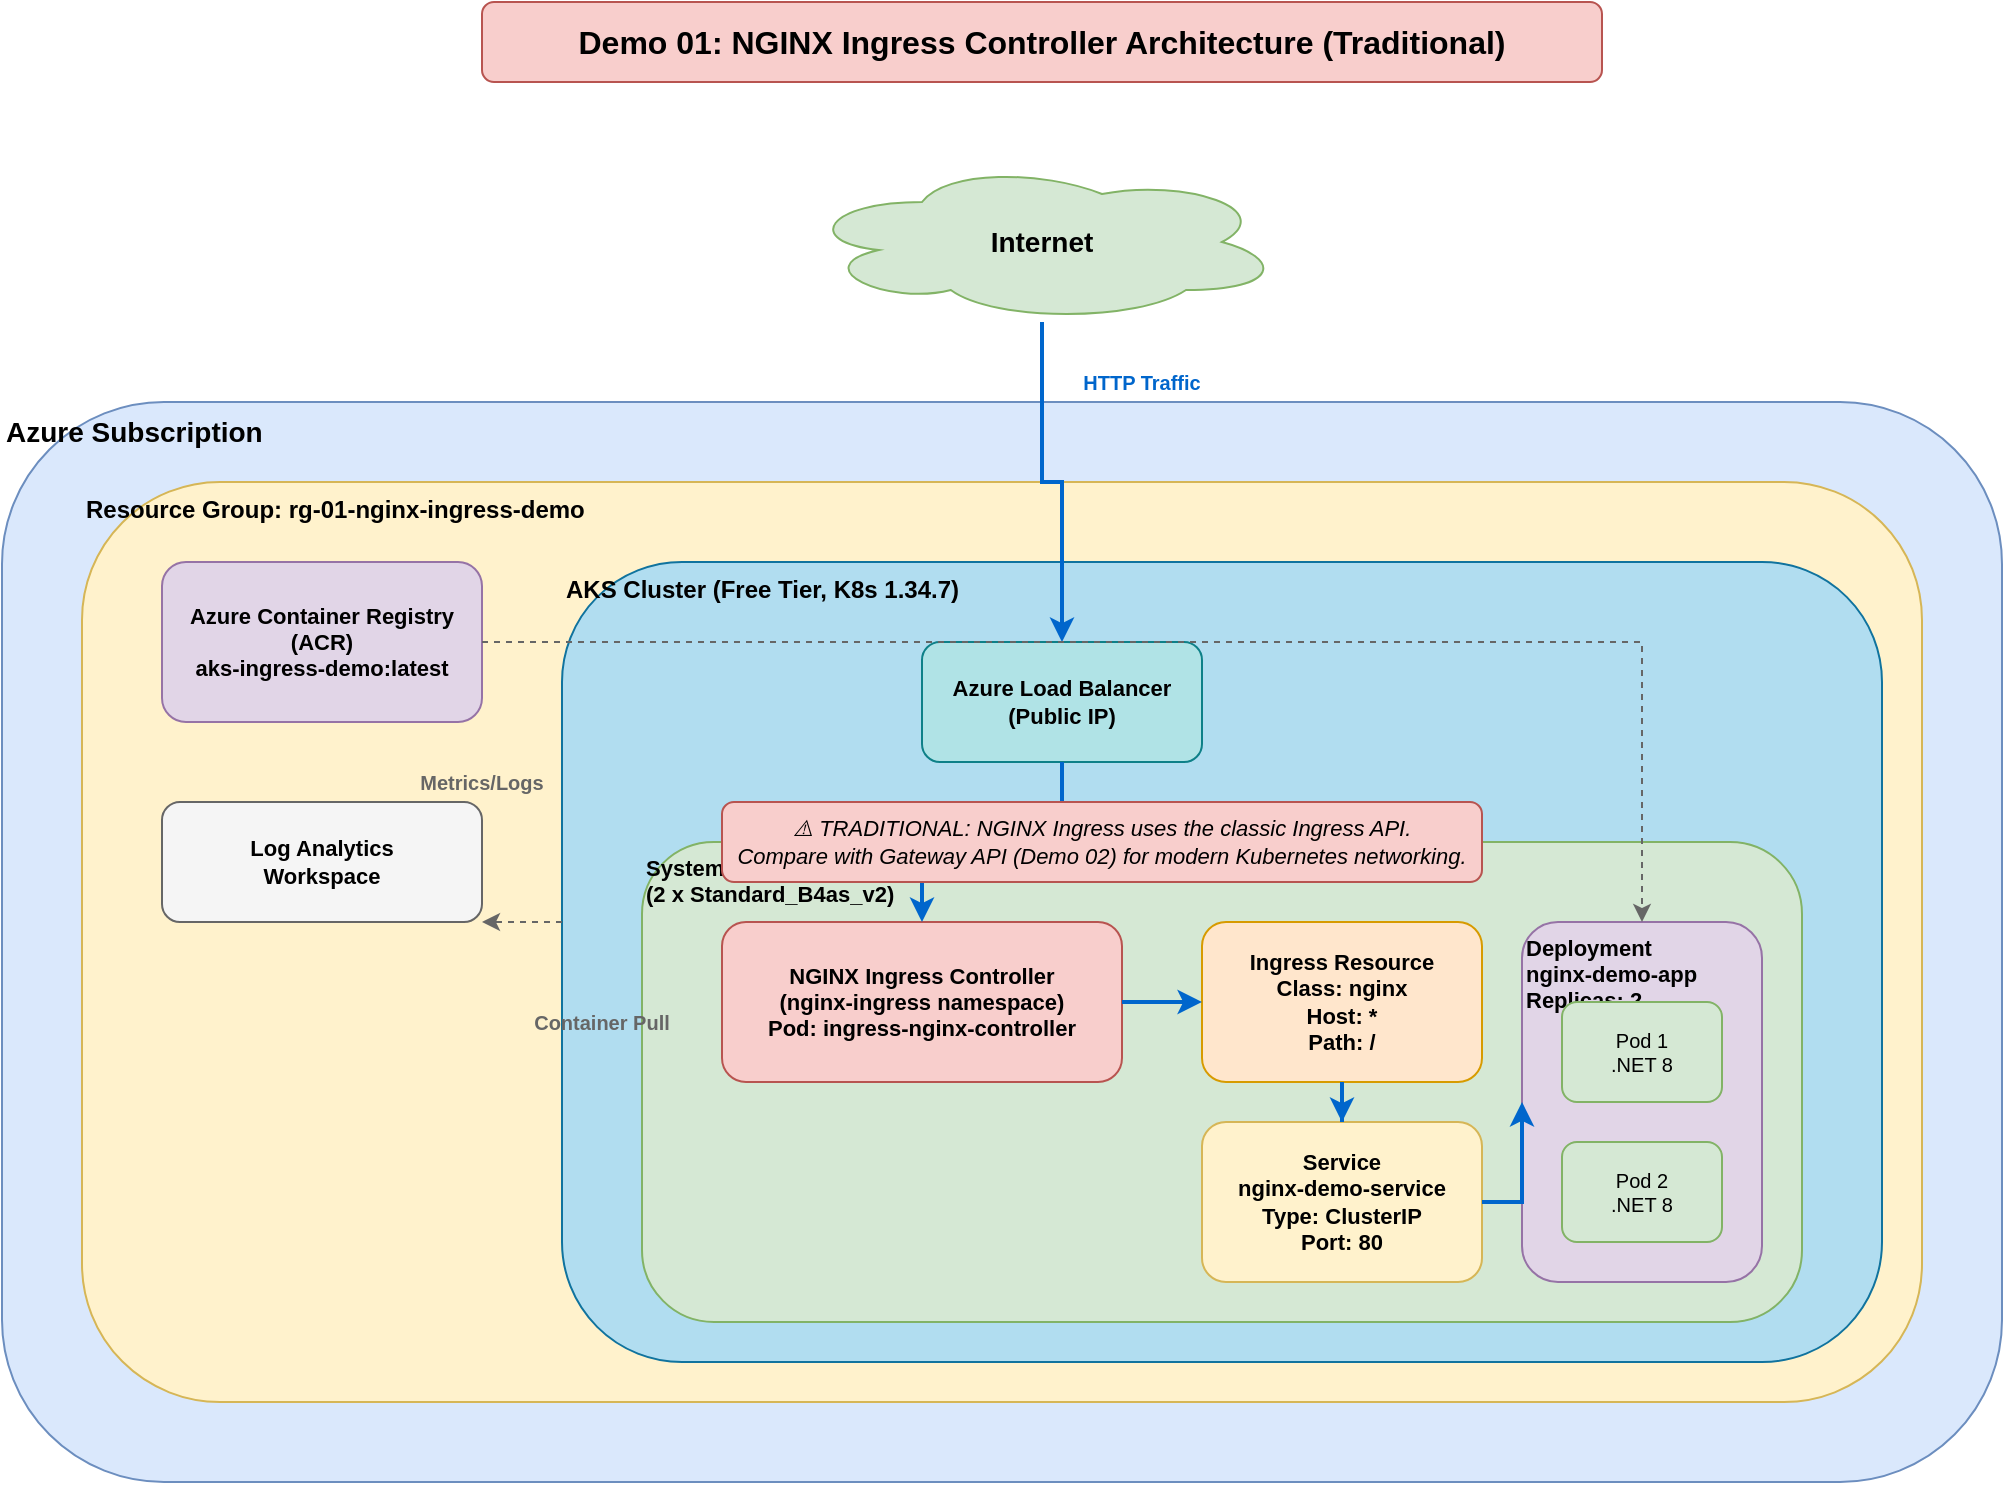
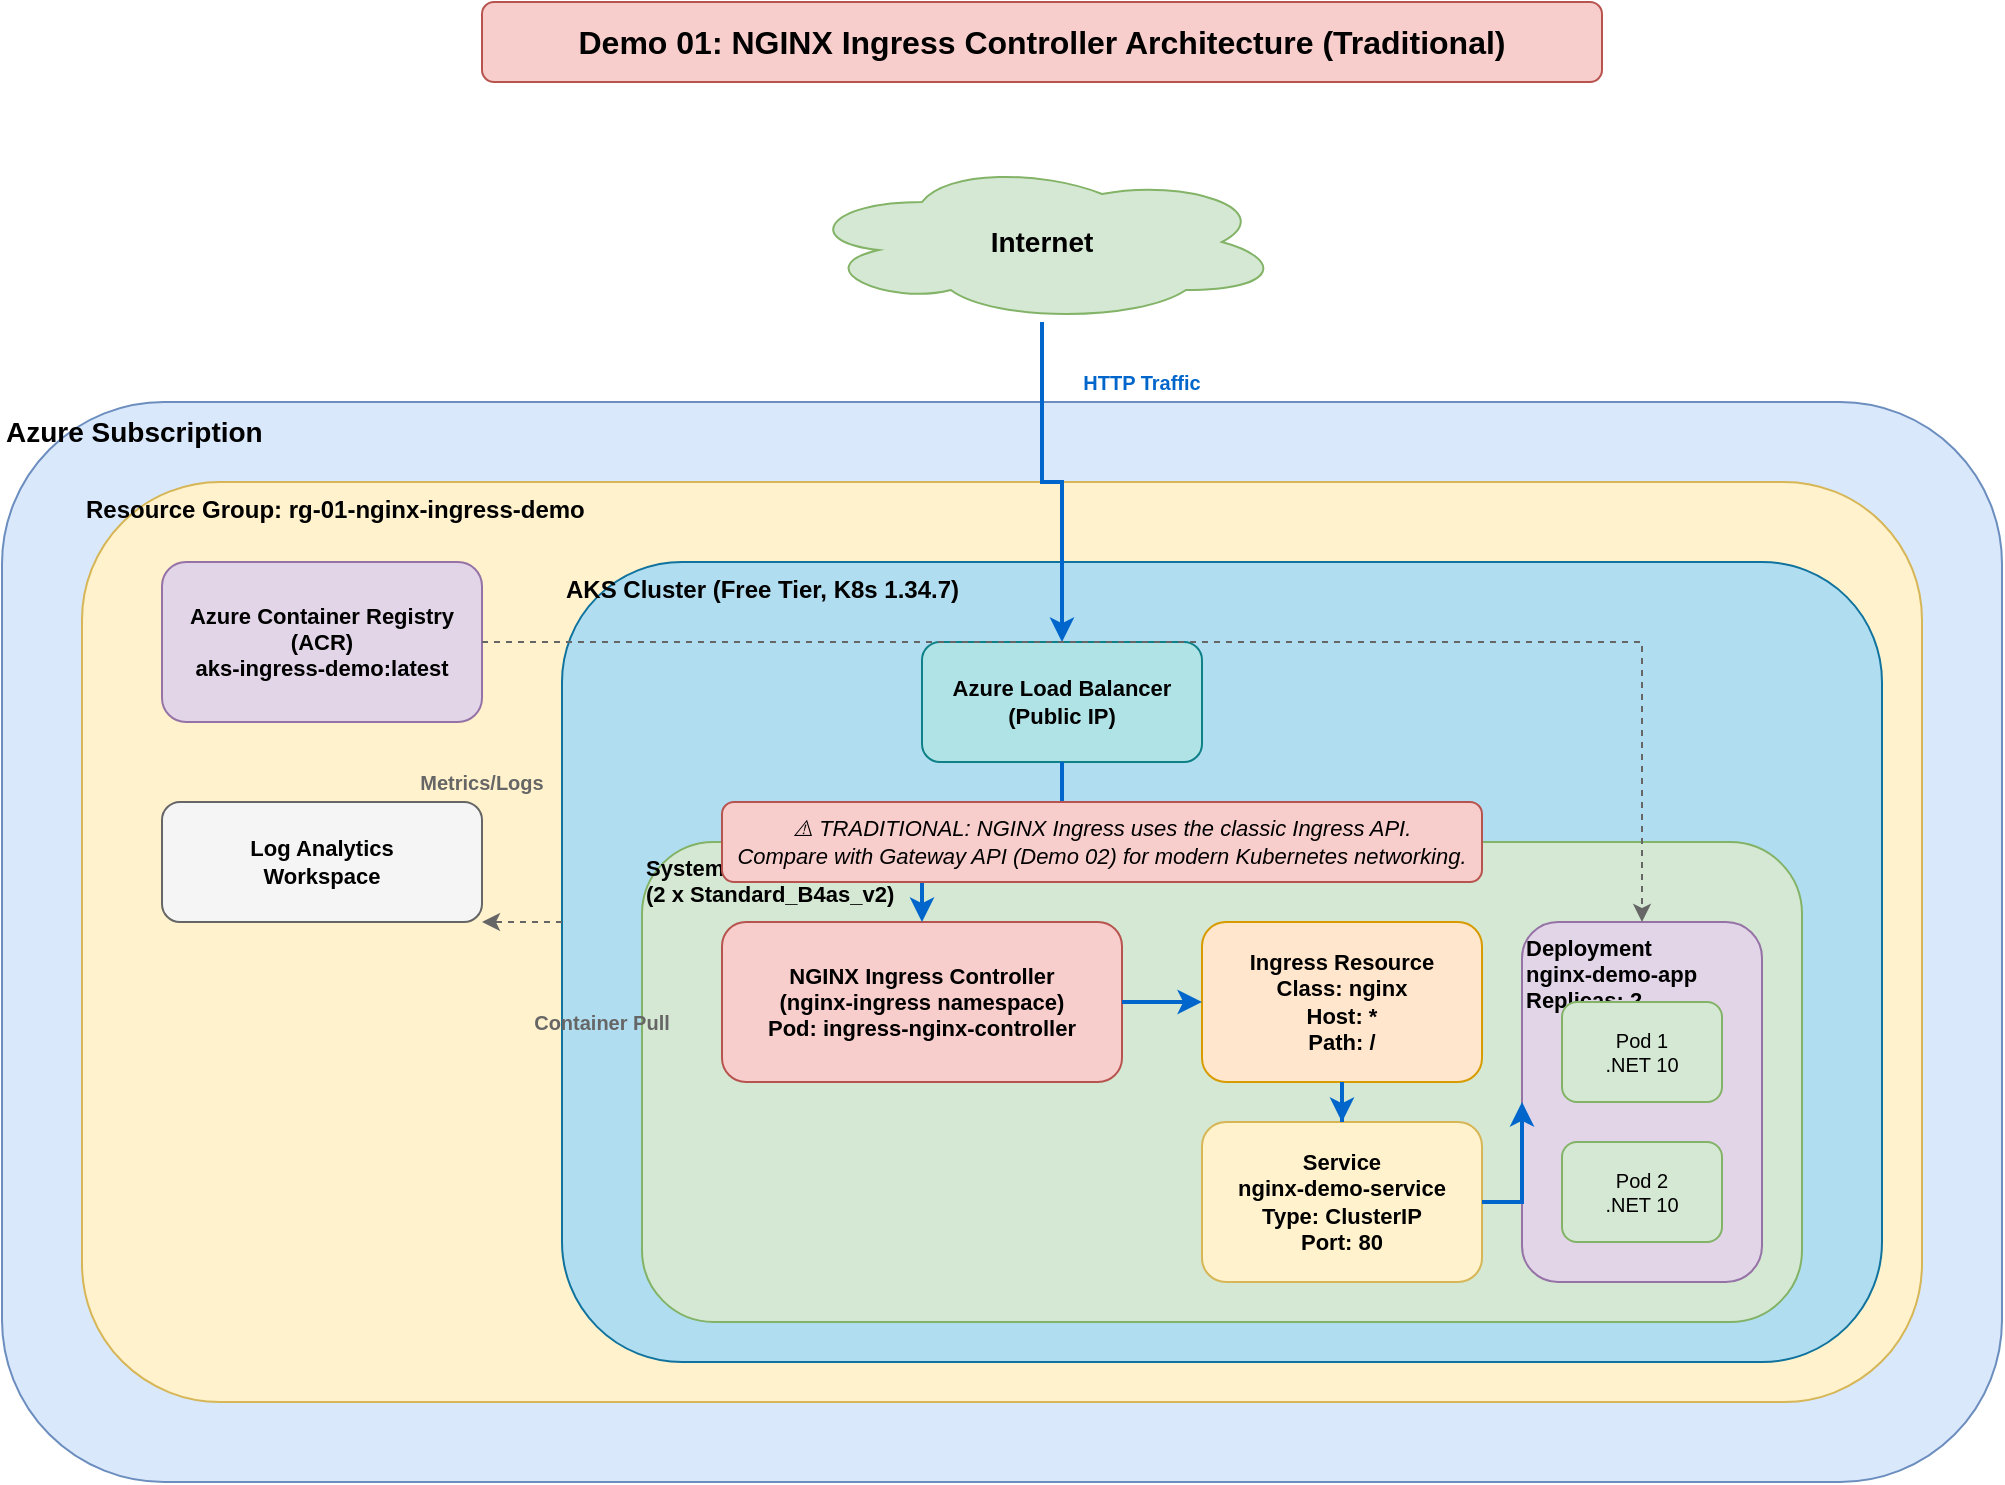
<mxfile host="app.diagrams.net" modified="2026-05-21T12:17:00.000Z" agent="draw.io" version="24.0.0">
  <diagram name="NGINX Ingress Architecture" id="nginx-ingress-arch">
    <mxGraphModel dx="1422" dy="794" grid="1" gridSize="10" guides="1" tooltips="1" connect="1" arrows="1" fold="1" page="1" pageScale="1" pageWidth="1169" pageHeight="827" math="0" shadow="0">
      <root>
        <mxCell id="0" />
        <mxCell id="1" parent="0" />

        <!-- Title -->
        <mxCell id="title" value="Demo 01: NGINX Ingress Controller Architecture (Traditional)" style="text;html=1;strokeColor=#b85450;fillColor=#f8cecc;align=center;verticalAlign=middle;whiteSpace=wrap;rounded=1;fontStyle=1;fontSize=16;" vertex="1" parent="1">
          <mxGeometry x="320" y="40" width="560" height="40" as="geometry" />
        </mxCell>

        <!-- Internet Cloud -->
        <mxCell id="internet" value="Internet" style="ellipse;shape=cloud;whiteSpace=wrap;html=1;fillColor=#d5e8d4;strokeColor=#82b366;fontSize=14;fontStyle=1" vertex="1" parent="1">
          <mxGeometry x="480" y="120" width="240" height="80" as="geometry" />
        </mxCell>

        <!-- Azure Subscription Box -->
        <mxCell id="azure-sub" value="Azure Subscription" style="rounded=1;whiteSpace=wrap;html=1;fillColor=#dae8fc;strokeColor=#6c8ebf;verticalAlign=top;fontStyle=1;fontSize=14;align=left;" vertex="1" parent="1">
          <mxGeometry x="80" y="240" width="1000" height="540" as="geometry" />
        </mxCell>

        <!-- Resource Group -->
        <mxCell id="rg" value="Resource Group: rg-01-nginx-ingress-demo" style="rounded=1;whiteSpace=wrap;html=1;fillColor=#fff2cc;strokeColor=#d6b656;verticalAlign=top;fontStyle=1;fontSize=12;align=left;" vertex="1" parent="1">
          <mxGeometry x="120" y="280" width="920" height="460" as="geometry" />
        </mxCell>

        <!-- Azure Container Registry -->
        <mxCell id="acr" value="Azure Container Registry&#xa;(ACR)&#xa;aks-ingress-demo:latest" style="rounded=1;whiteSpace=wrap;html=1;fillColor=#e1d5e7;strokeColor=#9673a6;fontSize=11;fontStyle=1" vertex="1" parent="1">
          <mxGeometry x="160" y="320" width="160" height="80" as="geometry" />
        </mxCell>

        <!-- AKS Cluster Box -->
        <mxCell id="aks-cluster" value="AKS Cluster (Free Tier, K8s 1.34.7)" style="rounded=1;whiteSpace=wrap;html=1;fillColor=#b1ddf0;strokeColor=#10739e;verticalAlign=top;fontStyle=1;fontSize=12;align=left;" vertex="1" parent="1">
          <mxGeometry x="360" y="320" width="660" height="400" as="geometry" />
        </mxCell>

        <!-- Load Balancer -->
        <mxCell id="lb" value="Azure Load Balancer&#xa;(Public IP)" style="rounded=1;whiteSpace=wrap;html=1;fillColor=#b0e3e6;strokeColor=#0e8088;fontSize=11;fontStyle=1" vertex="1" parent="1">
          <mxGeometry x="540" y="360" width="140" height="60" as="geometry" />
        </mxCell>

        <!-- System Node Pool -->
        <mxCell id="nodepool" value="System Node Pool&#xa;(2 x Standard_B4as_v2)" style="rounded=1;whiteSpace=wrap;html=1;fillColor=#d5e8d4;strokeColor=#82b366;verticalAlign=top;fontStyle=1;fontSize=11;align=left;" vertex="1" parent="1">
          <mxGeometry x="400" y="460" width="580" height="240" as="geometry" />
        </mxCell>

        <!-- NGINX Ingress Controller -->
        <mxCell id="nginx-controller" value="NGINX Ingress Controller&#xa;(nginx-ingress namespace)&#xa;Pod: ingress-nginx-controller" style="rounded=1;whiteSpace=wrap;html=1;fillColor=#f8cecc;strokeColor=#b85450;fontSize=11;fontStyle=1" vertex="1" parent="1">
          <mxGeometry x="440" y="500" width="200" height="80" as="geometry" />
        </mxCell>

        <!-- Ingress Resource -->
        <mxCell id="ingress" value="Ingress Resource&#xa;Class: nginx&#xa;Host: *&#xa;Path: /" style="rounded=1;whiteSpace=wrap;html=1;fillColor=#ffe6cc;strokeColor=#d79b00;fontSize=11;fontStyle=1" vertex="1" parent="1">
          <mxGeometry x="680" y="500" width="140" height="80" as="geometry" />
        </mxCell>

        <!-- Service -->
        <mxCell id="service" value="Service&#xa;nginx-demo-service&#xa;Type: ClusterIP&#xa;Port: 80" style="rounded=1;whiteSpace=wrap;html=1;fillColor=#fff2cc;strokeColor=#d6b656;fontSize=11;fontStyle=1" vertex="1" parent="1">
          <mxGeometry x="680" y="600" width="140" height="80" as="geometry" />
        </mxCell>

        <!-- Deployment/Pods -->
        <mxCell id="deployment" value="Deployment&#xa;nginx-demo-app&#xa;Replicas: 2" style="rounded=1;whiteSpace=wrap;html=1;fillColor=#e1d5e7;strokeColor=#9673a6;verticalAlign=top;fontStyle=1;fontSize=11;align=left;" vertex="1" parent="1">
          <mxGeometry x="840" y="500" width="120" height="180" as="geometry" />
        </mxCell>

-         <mxCell id="pod1" value="Pod 1&#xa;.NET 8" style="rounded=1;whiteSpace=wrap;html=1;fillColor=#d5e8d4;strokeColor=#82b366;fontSize=10" vertex="1" parent="1">
+         <mxCell id="pod1" value="Pod 1&#xa;.NET 10" style="rounded=1;whiteSpace=wrap;html=1;fillColor=#d5e8d4;strokeColor=#82b366;fontSize=10" vertex="1" parent="1">
          <mxGeometry x="860" y="540" width="80" height="50" as="geometry" />
        </mxCell>

-         <mxCell id="pod2" value="Pod 2&#xa;.NET 8" style="rounded=1;whiteSpace=wrap;html=1;fillColor=#d5e8d4;strokeColor=#82b366;fontSize=10" vertex="1" parent="1">
+         <mxCell id="pod2" value="Pod 2&#xa;.NET 10" style="rounded=1;whiteSpace=wrap;html=1;fillColor=#d5e8d4;strokeColor=#82b366;fontSize=10" vertex="1" parent="1">
          <mxGeometry x="860" y="610" width="80" height="50" as="geometry" />
        </mxCell>

        <!-- Log Analytics -->
        <mxCell id="logs" value="Log Analytics&#xa;Workspace" style="rounded=1;whiteSpace=wrap;html=1;fillColor=#f5f5f5;strokeColor=#666666;fontSize=11;fontStyle=1" vertex="1" parent="1">
          <mxGeometry x="160" y="440" width="160" height="60" as="geometry" />
        </mxCell>

        <!-- Arrows -->
        <mxCell id="arrow1" style="edgeStyle=orthogonalEdgeStyle;rounded=0;orthogonalLoop=1;jettySize=auto;html=1;strokeWidth=2;strokeColor=#0066CC;" edge="1" parent="1" source="internet" target="lb">
          <mxGeometry relative="1" as="geometry" />
        </mxCell>

        <mxCell id="arrow2" style="edgeStyle=orthogonalEdgeStyle;rounded=0;orthogonalLoop=1;jettySize=auto;html=1;strokeWidth=2;strokeColor=#0066CC;" edge="1" parent="1" source="lb" target="nginx-controller">
          <mxGeometry relative="1" as="geometry" />
        </mxCell>

        <mxCell id="arrow3" style="edgeStyle=orthogonalEdgeStyle;rounded=0;orthogonalLoop=1;jettySize=auto;html=1;strokeWidth=2;strokeColor=#0066CC;" edge="1" parent="1" source="nginx-controller" target="ingress">
          <mxGeometry relative="1" as="geometry" />
        </mxCell>

        <mxCell id="arrow4" style="edgeStyle=orthogonalEdgeStyle;rounded=0;orthogonalLoop=1;jettySize=auto;html=1;strokeWidth=2;strokeColor=#0066CC;" edge="1" parent="1" source="ingress" target="service">
          <mxGeometry relative="1" as="geometry" />
        </mxCell>

        <mxCell id="arrow5" style="edgeStyle=orthogonalEdgeStyle;rounded=0;orthogonalLoop=1;jettySize=auto;html=1;strokeWidth=2;strokeColor=#0066CC;" edge="1" parent="1" source="service" target="deployment">
          <mxGeometry relative="1" as="geometry" />
        </mxCell>

        <mxCell id="arrow6" style="edgeStyle=orthogonalEdgeStyle;rounded=0;orthogonalLoop=1;jettySize=auto;html=1;strokeWidth=1;strokeColor=#666666;dashed=1;" edge="1" parent="1" source="acr" target="deployment">
          <mxGeometry relative="1" as="geometry" />
        </mxCell>

        <mxCell id="arrow7" style="edgeStyle=orthogonalEdgeStyle;rounded=0;orthogonalLoop=1;jettySize=auto;html=1;strokeWidth=1;strokeColor=#666666;dashed=1;" edge="1" parent="1" source="aks-cluster" target="logs">
          <mxGeometry relative="1" as="geometry">
            <Array as="points">
              <mxPoint x="380" y="470" />
              <mxPoint x="380" y="470" />
            </Array>
          </mxGeometry>
        </mxCell>

        <!-- Labels -->
        <mxCell id="label1" value="HTTP Traffic" style="text;html=1;align=center;verticalAlign=middle;whiteSpace=wrap;fontSize=10;fontColor=#0066CC;fontStyle=1" vertex="1" parent="1">
          <mxGeometry x="610" y="220" width="80" height="20" as="geometry" />
        </mxCell>

        <mxCell id="label2" value="Container Pull" style="text;html=1;align=center;verticalAlign=middle;whiteSpace=wrap;fontSize=10;fontColor=#666666;fontStyle=1" vertex="1" parent="1">
          <mxGeometry x="340" y="540" width="80" height="20" as="geometry" />
        </mxCell>

        <mxCell id="label3" value="Metrics/Logs" style="text;html=1;align=center;verticalAlign=middle;whiteSpace=wrap;fontSize=10;fontColor=#666666;fontStyle=1" vertex="1" parent="1">
          <mxGeometry x="280" y="420" width="80" height="20" as="geometry" />
        </mxCell>

        <!-- Deprecation Notice -->
        <mxCell id="traditional-note" value="⚠️ TRADITIONAL: NGINX Ingress uses the classic Ingress API.&#xa;Compare with Gateway API (Demo 02) for modern Kubernetes networking." style="text;html=1;strokeColor=#b85450;fillColor=#f8cecc;align=center;verticalAlign=middle;whiteSpace=wrap;rounded=1;fontSize=11;fontStyle=2" vertex="1" parent="1">
          <mxGeometry x="440" y="440" width="380" height="40" as="geometry" />
        </mxCell>

      </root>
    </mxGraphModel>
  </diagram>
</mxfile>
